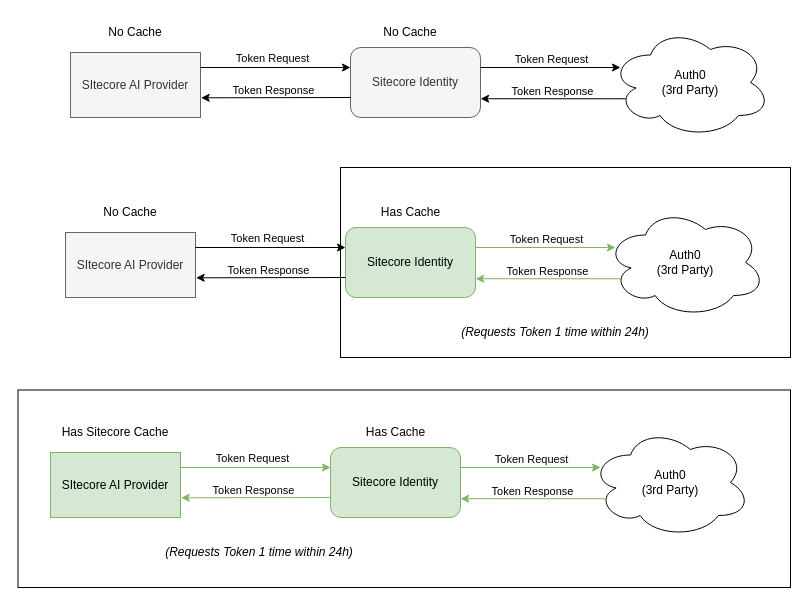
Earlier version of the draw.io diagram zDifferent/SC/Untitled Diagram.drawio (smitbmx/Architecture-Diagrams). Source tidied: cells renumbered, new cells numbered last; positions are measured from the earlier drawing's top-left corner, leaving out a move shared by most shapes. Both pictures are drawn from the tidied source at 100%, with x=0, y=0 at pixel (18, 17).
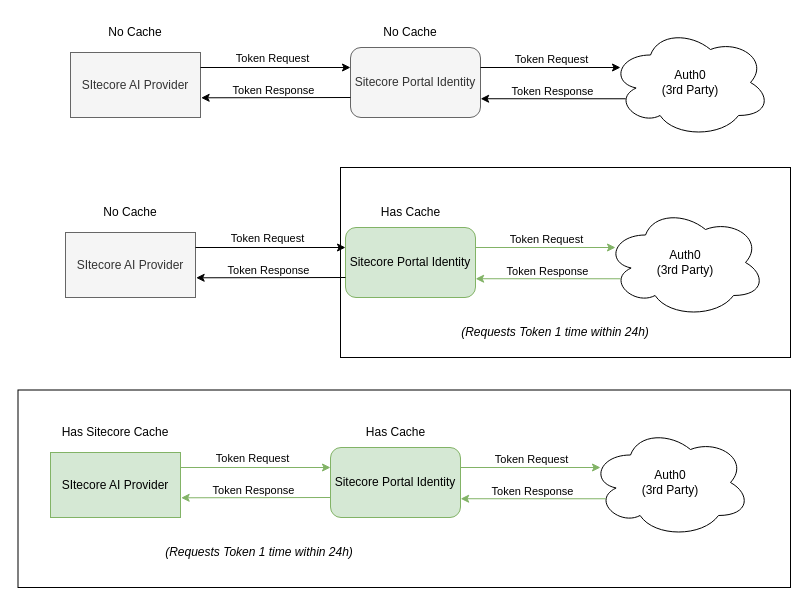
The same diagram, later.

The edit, as a diff of the source:
```diff
@@
-    <mxCell id="3" value="Sitecore Identity" style="rounded=1;whiteSpace=wrap;html=1;fillColor=#f5f5f5;fontColor=#333333;strokeColor=#666666;" parent="1" vertex="1">
+    <mxCell id="3" value="Sitecore Portal Identity" style="rounded=1;whiteSpace=wrap;html=1;fillColor=#f5f5f5;fontColor=#333333;strokeColor=#666666;" parent="1" vertex="1">
       <mxGeometry x="332" y="30" width="130" height="70" as="geometry" />
     </mxCell>
@@
-    <mxCell id="17" value="Sitecore Identity" style="rounded=1;whiteSpace=wrap;html=1;fillColor=#d5e8d4;strokeColor=#82b366;" parent="1" vertex="1">
+    <mxCell id="17" value="Sitecore Portal Identity" style="rounded=1;whiteSpace=wrap;html=1;fillColor=#d5e8d4;strokeColor=#82b366;" parent="1" vertex="1">
       <mxGeometry x="327" y="210" width="130" height="70" as="geometry" />
     </mxCell>
@@
-    <mxCell id="31" value="Sitecore Identity" style="rounded=1;whiteSpace=wrap;html=1;fillColor=#d5e8d4;strokeColor=#82b366;" parent="1" vertex="1">
+    <mxCell id="31" value="Sitecore Portal Identity" style="rounded=1;whiteSpace=wrap;html=1;fillColor=#d5e8d4;strokeColor=#82b366;" parent="1" vertex="1">
       <mxGeometry x="312" y="430" width="130" height="70" as="geometry" />
     </mxCell>
```
